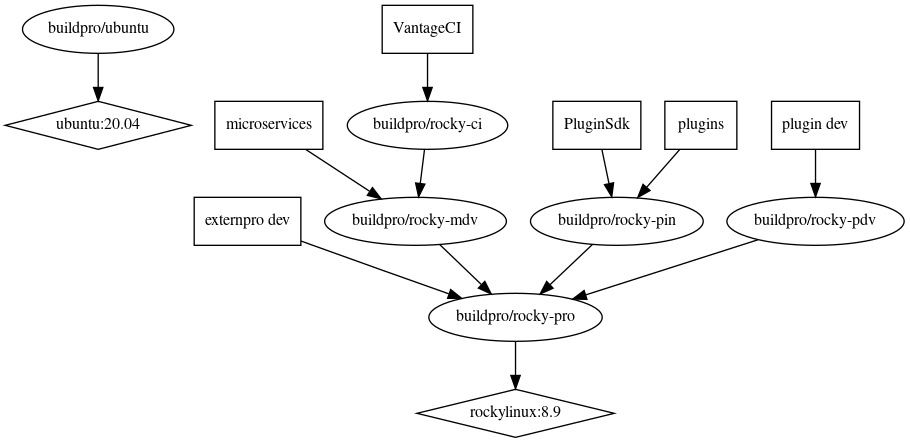
This is graph/graph.png from externpro/externpro, a Graphviz export, as it was before one commit. Its source is kept beside it as graph/graph.dot.
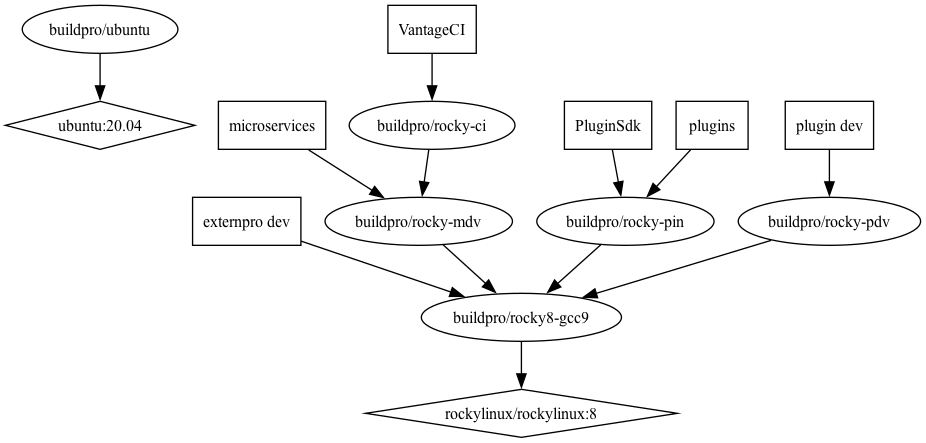
Later version of the same file.

Commit message:
graph: rocky-pro renamed rocky8-gcc9

issue https://github.com/externpro/externpro/issues/246#issuecomment-3583495748
base image rockylinux/rockylinux:8 instead of rockylinux:8.9
dot -Tpng -o graph.png graph.dot

The edit, as a diff of the source:
```diff
@@ -1,20 +1,20 @@
 digraph GG {
   node [fontsize=12];
   "ubuntu:20.04" [shape=diamond];
-  "rockylinux:8.9" [shape=diamond];
+  "rockylinux/rockylinux:8" [shape=diamond];
   "externpro dev" [shape=box];
   "PluginSdk" [shape=box];
   "plugins" [shape=box];
   "plugin dev" [shape=box];
   "microservices" [shape=box];
   "VantageCI" [shape=box];
-  "buildpro/rocky-pro" -> "rockylinux:8.9";
-  "buildpro/rocky-mdv" -> "buildpro/rocky-pro";
-  "buildpro/rocky-pin" -> "buildpro/rocky-pro";
-  "buildpro/rocky-pdv" -> "buildpro/rocky-pro";
+  "buildpro/rocky8-gcc9" -> "rockylinux/rockylinux:8";
+  "buildpro/rocky-mdv" -> "buildpro/rocky8-gcc9";
+  "buildpro/rocky-pin" -> "buildpro/rocky8-gcc9";
+  "buildpro/rocky-pdv" -> "buildpro/rocky8-gcc9";
   "buildpro/rocky-ci" -> "buildpro/rocky-mdv";
   "buildpro/ubuntu" -> "ubuntu:20.04";
-  "externpro dev" -> "buildpro/rocky-pro";
+  "externpro dev" -> "buildpro/rocky8-gcc9";
   "PluginSdk" -> "buildpro/rocky-pin";
   "plugins" -> "buildpro/rocky-pin";
   "plugin dev" -> "buildpro/rocky-pdv";
```
